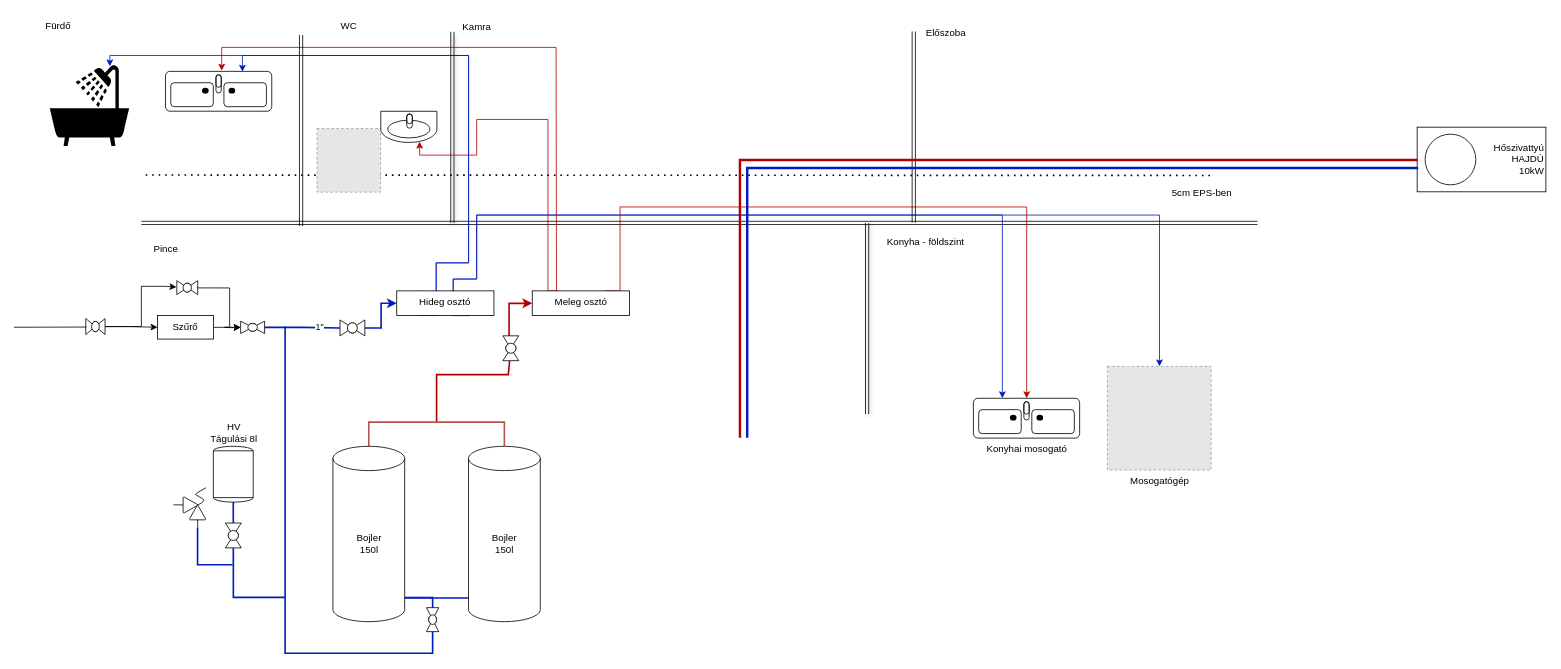
Before: fűtés.drawio in vanyid/XVutca_tervek, a draw.io diagram. Source tidied: cells renumbered, new cells numbered last; positions are measured from the earlier drawing's top-left corner, leaving out a move shared by most shapes. Both pictures are drawn from the tidied source at 81%, with x=0, y=0 at pixel (14, 14). Pictures stored in the file or linked from it are replaced by grey dashed boxes.
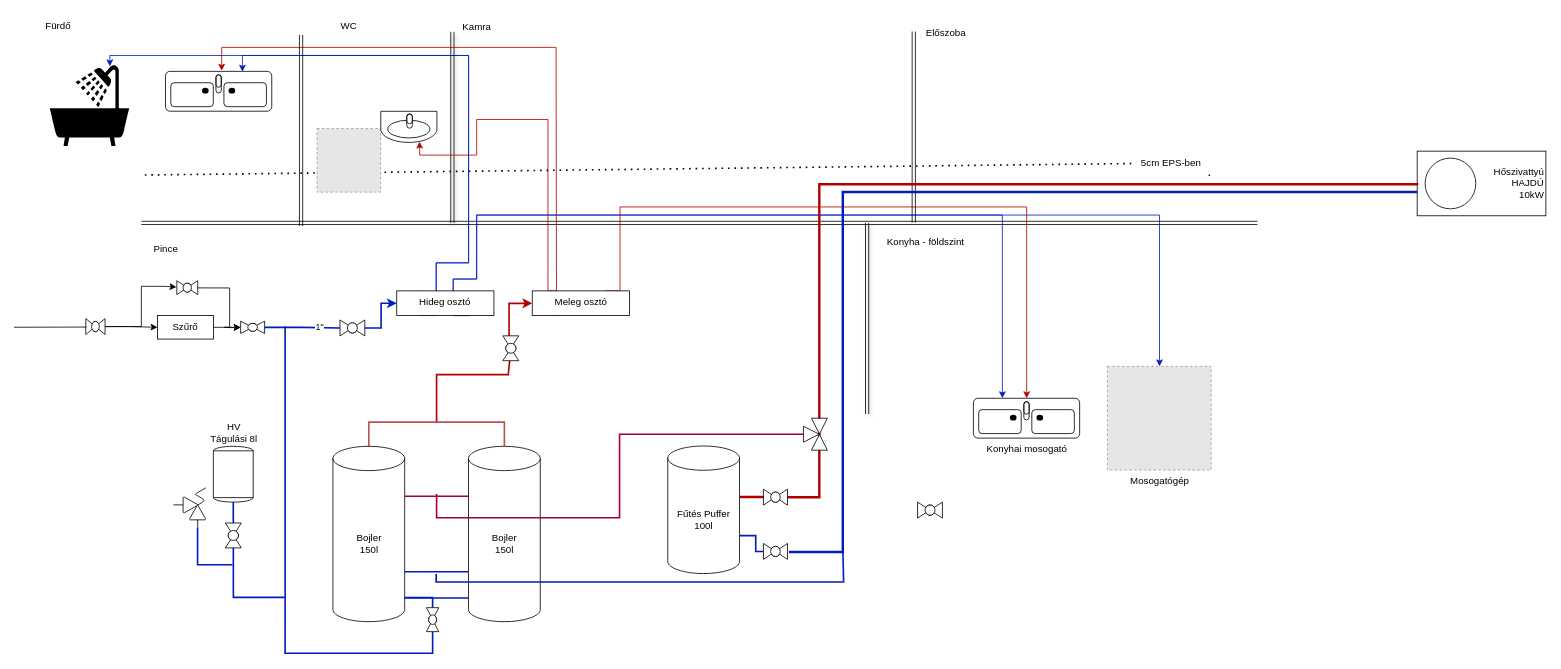
The same page after the edit.

Commit message:
hőszivattyú hozzáadva

The change refers to these unchanged cells:
```xml
<mxCell id="59" value="Bojler&lt;br&gt;150l" style="shape=cylinder3;whiteSpace=wrap;html=1;boundedLbl=1;backgroundOutline=1;size=15;" parent="1" vertex="1">
  <mxGeometry x="393.5" y="533.5" width="88.6" height="216.5" as="geometry" />
</mxCell>
<mxCell id="60" value="Bojler&lt;br&gt;150l" style="shape=cylinder3;whiteSpace=wrap;html=1;boundedLbl=1;backgroundOutline=1;size=15;" parent="1" vertex="1">
  <mxGeometry x="560.9" y="533.5" width="88.6" height="216.5" as="geometry" />
</mxCell>
```

What changed in the source:
```diff
@@
-    <mxCell id="28" style="endArrow=none;dashed=1;html=1;dashPattern=1 3;strokeWidth=2;rounded=0;" parent="1" edge="1">
+    <mxCell id="28" style="endArrow=none;dashed=1;html=1;dashPattern=1 3;strokeWidth=2;rounded=0;" parent="1" edge="1" source="29">
       <mxGeometry relative="1" as="geometry">
-        <mxPoint x="1476.3" y="199.1" as="sourcePoint" />
         <mxPoint x="157" y="198.6" as="targetPoint" />
       </mxGeometry>
     </mxCell>
-    <mxCell id="29" value="5cm EPS-ben" style="text;html=1;align=center;verticalAlign=middle;points=[];strokeColor=none;fillColor=none;" parent="1" vertex="1">
-      <mxGeometry x="1416.7" y="206.4" width="98.4" height="29.5" as="geometry" />
-    </mxCell>
@@
+    <mxCell id="69" style="edgeStyle=orthogonalEdgeStyle;rounded=0;jettySize=auto;html=1;exitX=1;exitY=0;exitDx=0;exitDy=61.6325;exitPerimeter=0;entryX=0;entryY=0;entryDx=0;entryDy=61.6325;entryPerimeter=0;fillColor=#d80073;strokeColor=#A50040;strokeWidth=2;endArrow=none;endFill=0;" parent="1" edge="1" source="59" target="60">
+      <mxGeometry relative="1" as="geometry" />
+    </mxCell>
+    <mxCell id="70" style="edgeStyle=orthogonalEdgeStyle;rounded=0;jettySize=auto;html=1;exitX=1;exitY=0;exitDx=0;exitDy=154.8975;exitPerimeter=0;entryX=0;entryY=0;entryDx=0;entryDy=154.8975;entryPerimeter=0;fillColor=#0050ef;strokeColor=#001DBC;strokeWidth=2;endArrow=none;endFill=0;" parent="1" edge="1" source="59" target="60">
+      <mxGeometry relative="1" as="geometry" />
+    </mxCell>
@@
+    <mxCell id="71" style="edgeStyle=orthogonalEdgeStyle;rounded=0;orthogonalLoop=1;jettySize=auto;html=1;fillColor=#0050ef;strokeColor=#001DBC;endArrow=none;endFill=0;strokeWidth=2;" parent="1" edge="1">
+      <mxGeometry relative="1" as="geometry">
+        <mxPoint x="521" y="691" as="sourcePoint" />
+        <mxPoint x="1023" y="661" as="targetPoint" />
+        <Array as="points">
+          <mxPoint x="521" y="701" />
+          <mxPoint x="1024" y="701" />
+          <mxPoint x="1024" y="661" />
+        </Array>
+      </mxGeometry>
+    </mxCell>
@@
-    <mxCell id="64" style="edgeStyle=orthogonalEdgeStyle;rounded=0;orthogonalLoop=1;jettySize=auto;html=1;strokeWidth=3;fillColor=#e51400;strokeColor=#B20000;endArrow=none;endFill=0;" parent="1" edge="1">
+    <mxCell id="64" style="edgeStyle=orthogonalEdgeStyle;rounded=0;jettySize=auto;html=1;strokeWidth=3;fillColor=#e51400;strokeColor=#B20000;endArrow=none;endFill=0;entryX=-0.029;entryY=0.421;entryDx=0;entryDy=0;entryPerimeter=0;" parent="1" edge="1" target="76">
       <mxGeometry relative="1" as="geometry">
-        <mxPoint x="1732" y="179" as="sourcePoint" />
-        <mxPoint x="896" y="523" as="targetPoint" />
-        <Array as="points">
-          <mxPoint x="1732" y="180" />
-          <mxPoint x="896" y="180" />
-          <mxPoint x="896" y="523" />
-        </Array>
+        <mxPoint x="896" y="596" as="sourcePoint" />
       </mxGeometry>
     </mxCell>
     <mxCell id="65" style="group;" parent="1" vertex="1">
-      <mxGeometry x="1732.1" y="139.5" width="158.9" height="79.8" as="geometry" />
+      <mxGeometry x="1732.1" y="169.1" width="158.9" height="79.8" as="geometry" />
     </mxCell>
@@
-    <mxCell id="68" style="edgeStyle=orthogonalEdgeStyle;rounded=0;orthogonalLoop=1;jettySize=auto;html=1;strokeWidth=3;fillColor=#0050ef;strokeColor=#001DBC;endArrow=none;endFill=0;" parent="1" edge="1">
-      <mxGeometry relative="1" as="geometry">
-        <mxPoint x="1732" y="190" as="sourcePoint" />
-        <mxPoint x="905" y="523" as="targetPoint" />
-        <Array as="points">
-          <mxPoint x="1732" y="189" />
-          <mxPoint x="1732" y="190" />
-          <mxPoint x="906" y="190" />
-        </Array>
-      </mxGeometry>
-    </mxCell>
+    <mxCell id="72" style="endArrow=none;dashed=1;html=1;dashPattern=1 3;strokeWidth=2;rounded=0;" parent="1" edge="1" target="29">
+      <mxGeometry relative="1" as="geometry">
+        <mxPoint x="1476.3" y="199.1" as="sourcePoint" />
+      </mxGeometry>
+    </mxCell>
+    <mxCell id="29" value="5cm EPS-ben" style="text;html=1;align=center;verticalAlign=middle;points=[];strokeColor=none;fillColor=none;" parent="1" vertex="1">
+      <mxGeometry x="1379.2" y="169.1" width="98.4" height="29.5" as="geometry" />
+    </mxCell>
+    <mxCell id="73" value="Fűtés Puffer&lt;br&gt;100l" style="shape=cylinder3;whiteSpace=wrap;html=1;boundedLbl=1;backgroundOutline=1;size=15;" parent="1" vertex="1">
+      <mxGeometry x="806.9" y="533.1" width="88.6" height="157.5" as="geometry" />
+    </mxCell>
+    <mxCell id="74" style="verticalLabelPosition=bottom;align=center;html=1;verticalAlign=top;dashed=0;shape=mxgraph.pid2valves.valve;valveType=ball;rotation=0;" parent="1" vertex="1">
+      <mxGeometry x="1115.3" y="602.4" width="30.7" height="19.7" as="geometry" />
+    </mxCell>
+    <mxCell id="75" style="edgeStyle=orthogonalEdgeStyle;rounded=0;jettySize=auto;html=1;strokeWidth=3;fillColor=#e51400;strokeColor=#B20000;endArrow=none;endFill=0;" parent="1" edge="1" target="76">
+      <mxGeometry relative="1" as="geometry">
+        <mxPoint x="1732" y="208.5" as="sourcePoint" />
+        <Array as="points">
+          <mxPoint x="1732" y="210" />
+          <mxPoint x="994" y="210" />
+        </Array>
+      </mxGeometry>
+    </mxCell>
+    <mxCell id="76" style="verticalLabelPosition=bottom;align=center;html=1;verticalAlign=top;dashed=0;shape=mxgraph.pid2valves.valve;valveType=ball;" parent="1" vertex="1">
+      <mxGeometry x="925" y="586.4" width="29.7" height="19.7" as="geometry" />
+    </mxCell>
+    <mxCell id="77" style="edgeStyle=orthogonalEdgeStyle;rounded=0;jettySize=auto;html=1;strokeWidth=3;fillColor=#0050ef;strokeColor=#001DBC;endArrow=none;endFill=0;entryX=1.056;entryY=0.539;entryDx=0;entryDy=0;entryPerimeter=0;" parent="1" edge="1" target="79">
+      <mxGeometry relative="1" as="geometry">
+        <mxPoint x="1732" y="219.5" as="sourcePoint" />
+        <Array as="points">
+          <mxPoint x="1023" y="219" />
+          <mxPoint x="1023" y="664" />
+        </Array>
+      </mxGeometry>
+    </mxCell>
+    <mxCell id="78" style="edgeStyle=orthogonalEdgeStyle;rounded=0;jettySize=auto;html=1;exitX=1;exitY=0;exitDx=0;exitDy=110.60249999999999;exitPerimeter=0;fillColor=#0050ef;strokeColor=#001DBC;strokeWidth=2;endArrow=none;endFill=0;" parent="1" edge="1" source="73" target="79">
+      <mxGeometry relative="1" as="geometry" />
+    </mxCell>
+    <mxCell id="79" style="verticalLabelPosition=bottom;align=center;html=1;verticalAlign=top;dashed=0;shape=mxgraph.pid2valves.valve;valveType=ball;" parent="1" vertex="1">
+      <mxGeometry x="925" y="653.4" width="29.7" height="19.7" as="geometry" />
+    </mxCell>
+    <mxCell id="80" style="group;rotation=90;" parent="1" vertex="1">
+      <mxGeometry x="969.4" y="503.7" width="39.2" height="29.4" as="geometry" />
+    </mxCell>
+    <mxCell id="81" style="triangle;whiteSpace=wrap;html=1;rotation=90;" parent="80" vertex="1">
+      <mxGeometry x="15" y="-5" width="19.5" height="19.7" as="geometry" />
+    </mxCell>
+    <mxCell id="82" style="triangle;whiteSpace=wrap;html=1;rotation=-90;" parent="80" vertex="1">
+      <mxGeometry x="15" y="15" width="19.5" height="19.7" as="geometry" />
+    </mxCell>
+    <mxCell id="83" style="edgeStyle=orthogonalEdgeStyle;rounded=0;jettySize=auto;html=1;exitX=0;exitY=0.5;exitDx=0;exitDy=0;fillColor=#d80073;strokeColor=#A50040;strokeWidth=2;endArrow=none;endFill=0;" parent="80" edge="1" source="84">
+      <mxGeometry relative="1" as="geometry">
+        <mxPoint x="-447.9" y="88.6" as="targetPoint" />
+        <Array as="points">
+          <mxPoint x="-222" y="15" />
+          <mxPoint x="-222" y="118" />
+          <mxPoint x="-448" y="118" />
+        </Array>
+      </mxGeometry>
+    </mxCell>
+    <mxCell id="84" style="triangle;whiteSpace=wrap;html=1;rotation=0;" parent="80" vertex="1">
+      <mxGeometry x="5" y="5" width="19.5" height="19.7" as="geometry" />
+    </mxCell>
```
